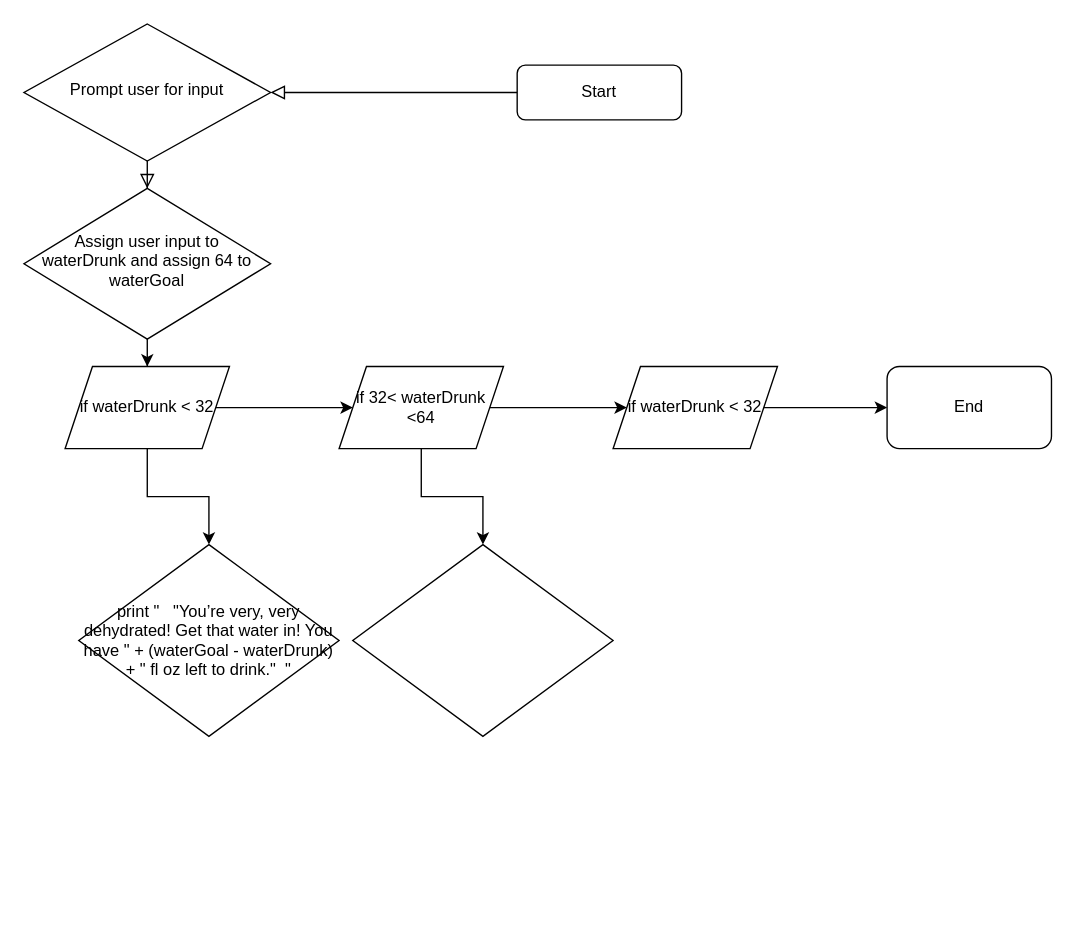
Above: Untitled Diagram.drawio in graygroves/graygroves (draw.io), before the change. Source tidied: cells renumbered, new cells numbered last; positions are measured from the earlier drawing's top-left corner, leaving out a move shared by most shapes. Both pictures are drawn from the tidied source at 137%, with x=0, y=0 at pixel (23, 23).
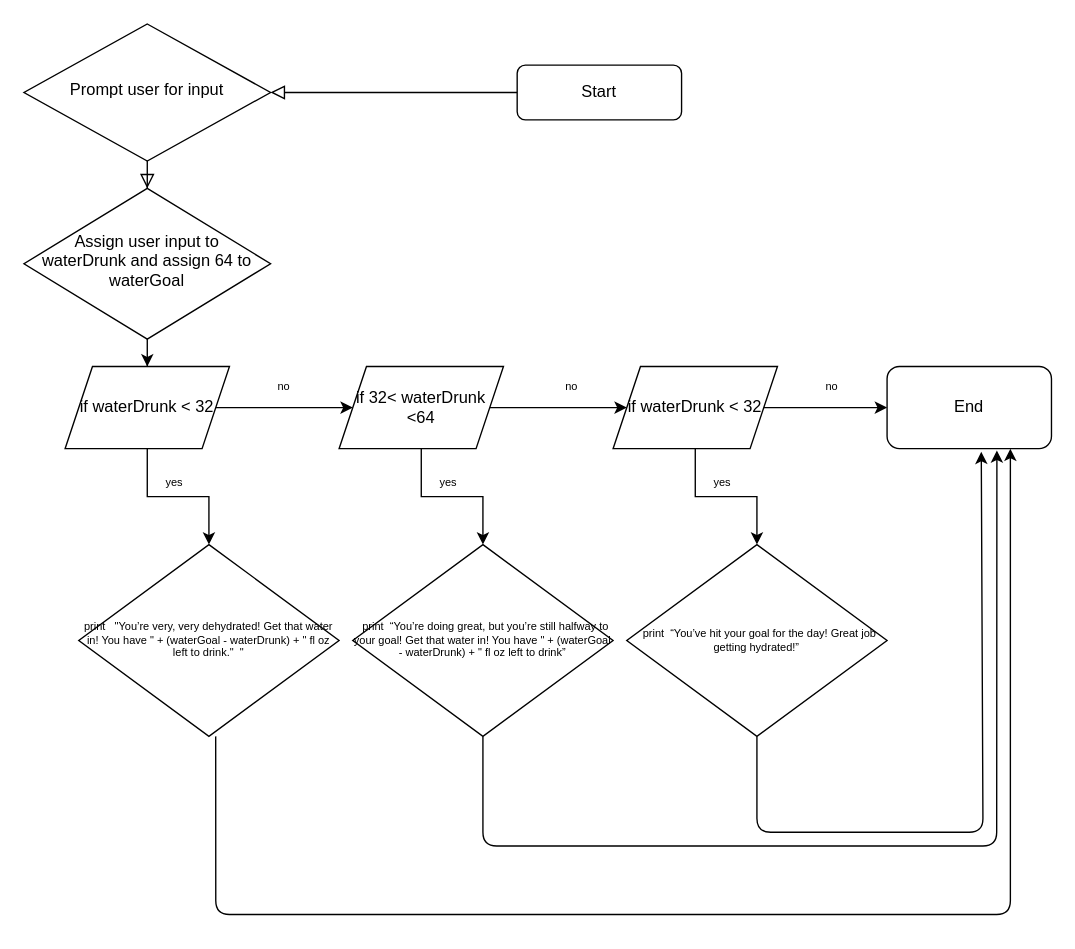
After the change.

The change refers to these unchanged cells:
```xml
<mxCell id="15" value="if waterDrunk &amp;lt; 32" style="shape=parallelogram;perimeter=parallelogramPerimeter;whiteSpace=wrap;html=1;fixedSize=1;" parent="1" vertex="1">
  <mxGeometry x="430" y="250" width="120" height="60" as="geometry" />
</mxCell>
<mxCell id="16" value="End" style="rounded=1;whiteSpace=wrap;html=1;" parent="1" vertex="1">
  <mxGeometry x="630" y="250" width="120" height="60" as="geometry" />
</mxCell>
```

What changed in the source:
```diff
@@
+    <mxCell id="19" style="edgeStyle=orthogonalEdgeStyle;rounded=0;jettySize=auto;html=1;fontSize=8.04;" parent="1" edge="1" source="15" target="20">
+      <mxGeometry relative="1" as="geometry" />
+    </mxCell>
@@
-    <mxCell id="17" style="rhombus;whiteSpace=wrap;html=1;" parent="1" vertex="1">
+    <mxCell id="17" value="&lt;h6&gt;&lt;span style=&quot;font-weight: normal;&quot;&gt;&amp;nbsp; print&amp;nbsp; “You’re doing great, but you’re still halfway to your goal! Get that water in! You have &quot; + (waterGoal - waterDrunk) + &quot; fl oz left to drink”&lt;/span&gt;&lt;/h6&gt;" style="rhombus;whiteSpace=wrap;html=1;" parent="1" vertex="1">
       <mxGeometry x="240" y="380" width="190" height="140" as="geometry" />
     </mxCell>
-    <mxCell id="18" value="print &quot;&amp;nbsp;&amp;nbsp; &quot;You’re very, very dehydrated! Get that water in! You have &quot; + (waterGoal - waterDrunk) + &quot; fl oz left to drink.&quot;&amp;nbsp; &quot;" style="rhombus;whiteSpace=wrap;html=1;" parent="1" vertex="1">
+    <mxCell id="18" value="&lt;h6&gt;&lt;font style=&quot;font-size: 8.04px;&quot;&gt;&lt;span style=&quot;font-weight: normal;&quot;&gt;print&amp;nbsp;&amp;nbsp; &quot;You’re very, very dehydrated! Get that water in! You have &quot; + (waterGoal - waterDrunk) + &quot; fl oz left to drink.&quot;&amp;nbsp; &quot;&lt;/span&gt;&lt;/font&gt;&lt;/h6&gt;" style="rhombus;whiteSpace=wrap;html=1;" parent="1" vertex="1">
       <mxGeometry x="40" y="380" width="190" height="140" as="geometry" />
     </mxCell>
+    <mxCell id="20" value="&lt;h6&gt;&lt;span style=&quot;font-weight: normal;&quot;&gt;&amp;nbsp; print&amp;nbsp; “You’ve hit your goal for the day! Great job getting hydrated!” &lt;/span&gt;&lt;/h6&gt;" style="rhombus;whiteSpace=wrap;html=1;" parent="1" vertex="1">
+      <mxGeometry x="440" y="380" width="190" height="140" as="geometry" />
+    </mxCell>
+    <mxCell id="21" value="no" style="text;html=1;strokeColor=none;fillColor=none;align=center;verticalAlign=middle;whiteSpace=wrap;rounded=0;fontSize=8.04;" parent="1" vertex="1">
+      <mxGeometry x="160" y="250" width="60" height="30" as="geometry" />
+    </mxCell>
+    <mxCell id="22" value="no" style="text;html=1;strokeColor=none;fillColor=none;align=center;verticalAlign=middle;whiteSpace=wrap;rounded=0;fontSize=8.04;" parent="1" vertex="1">
+      <mxGeometry x="370" y="250" width="60" height="30" as="geometry" />
+    </mxCell>
+    <mxCell id="23" value="no" style="text;html=1;strokeColor=none;fillColor=none;align=center;verticalAlign=middle;whiteSpace=wrap;rounded=0;fontSize=8.04;" parent="1" vertex="1">
+      <mxGeometry x="560" y="250" width="60" height="30" as="geometry" />
+    </mxCell>
+    <mxCell id="24" value="yes" style="text;html=1;strokeColor=none;fillColor=none;align=center;verticalAlign=middle;whiteSpace=wrap;rounded=0;fontSize=8.04;" parent="1" vertex="1">
+      <mxGeometry x="80" y="320" width="60" height="30" as="geometry" />
+    </mxCell>
+    <mxCell id="25" value="yes" style="text;html=1;strokeColor=none;fillColor=none;align=center;verticalAlign=middle;whiteSpace=wrap;rounded=0;fontSize=8.04;" parent="1" vertex="1">
+      <mxGeometry x="280" y="320" width="60" height="30" as="geometry" />
+    </mxCell>
+    <mxCell id="26" value="yes" style="text;html=1;strokeColor=none;fillColor=none;align=center;verticalAlign=middle;whiteSpace=wrap;rounded=0;fontSize=8.04;" parent="1" vertex="1">
+      <mxGeometry x="480" y="320" width="60" height="30" as="geometry" />
+    </mxCell>
+    <mxCell id="27" style="endArrow=classic;html=1;rounded=1;fontSize=8.04;exitX=0.5;exitY=1;exitDx=0;exitDy=0;entryX=0.668;entryY=1.021;entryDx=0;entryDy=0;entryPerimeter=0;" parent="1" edge="1" source="17" target="16">
+      <mxGeometry relative="1" as="geometry">
+        <Array as="points">
+          <mxPoint x="335" y="600" />
+          <mxPoint x="710" y="600" />
+        </Array>
+      </mxGeometry>
+    </mxCell>
+    <mxCell id="28" style="endArrow=classic;html=1;rounded=1;fontSize=8.04;exitX=0.526;exitY=1;exitDx=0;exitDy=0;exitPerimeter=0;entryX=0.75;entryY=1;entryDx=0;entryDy=0;" parent="1" edge="1" source="18" target="16">
+      <mxGeometry relative="1" as="geometry">
+        <Array as="points">
+          <mxPoint x="140" y="650" />
+          <mxPoint x="720" y="650" />
+        </Array>
+      </mxGeometry>
+    </mxCell>
+    <mxCell id="29" style="endArrow=classic;html=1;rounded=1;fontSize=8.04;exitX=0.5;exitY=1;exitDx=0;exitDy=0;entryX=0.573;entryY=1.037;entryDx=0;entryDy=0;entryPerimeter=0;" parent="1" edge="1" source="20" target="16">
+      <mxGeometry relative="1" as="geometry">
+        <Array as="points">
+          <mxPoint x="535" y="590" />
+          <mxPoint x="700" y="590" />
+        </Array>
+      </mxGeometry>
+    </mxCell>
```
